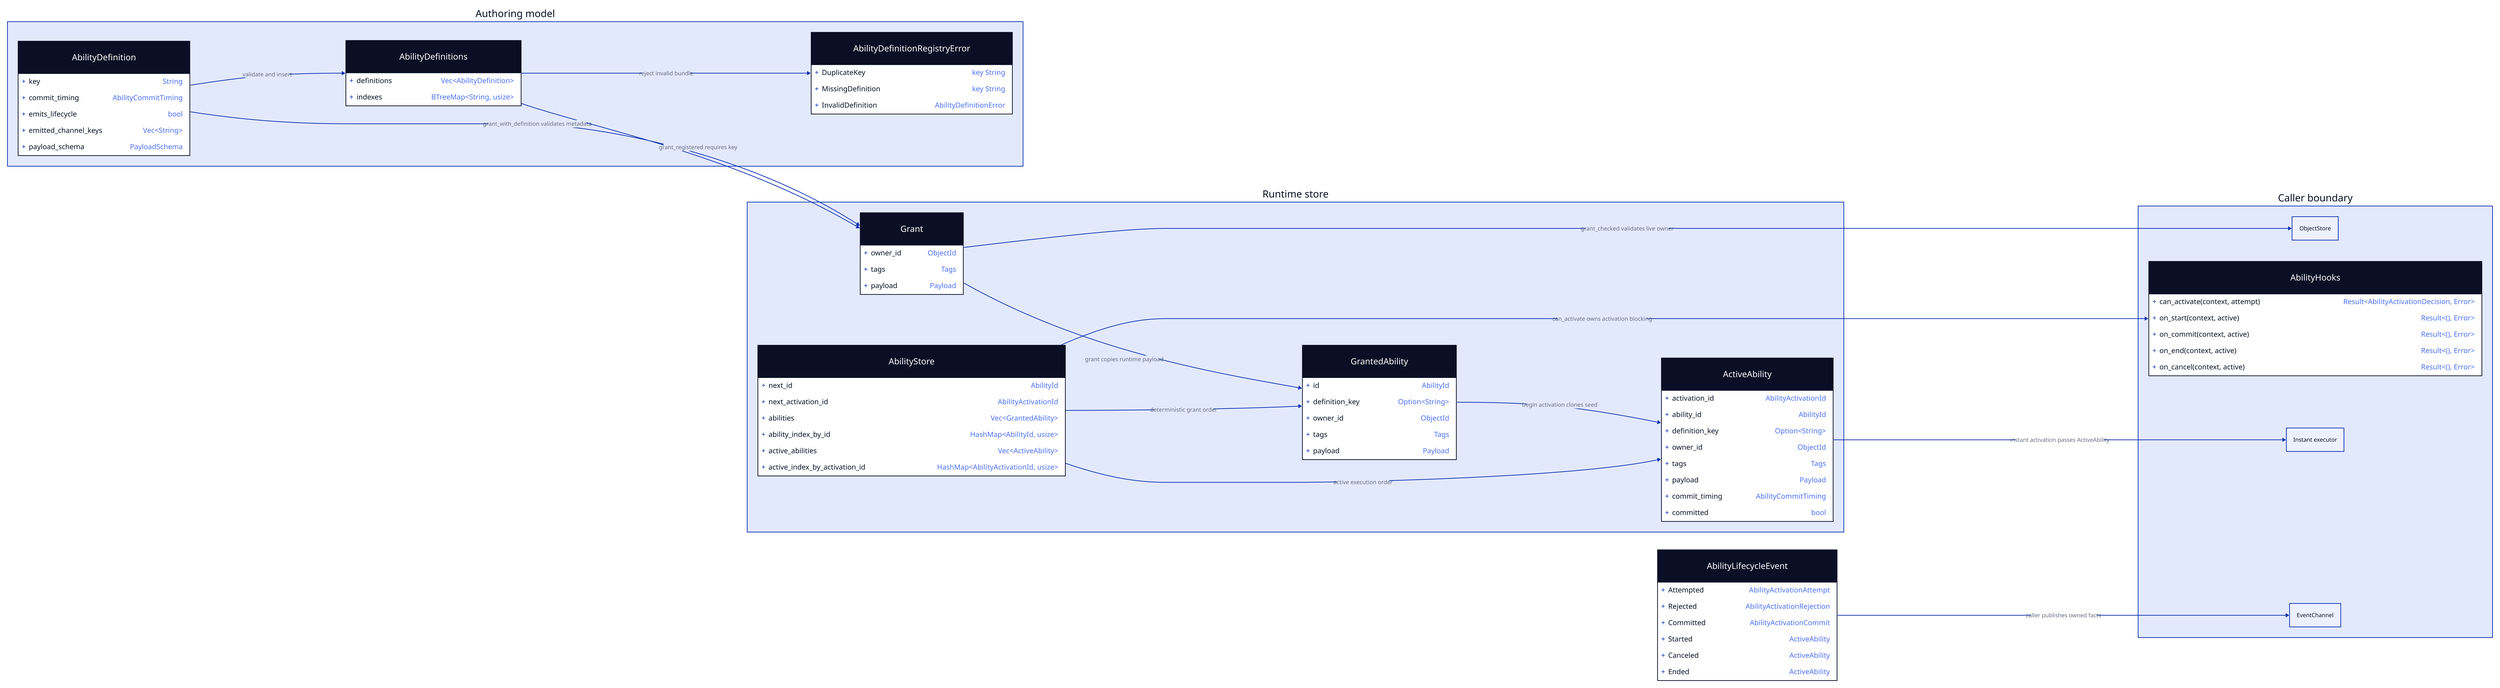
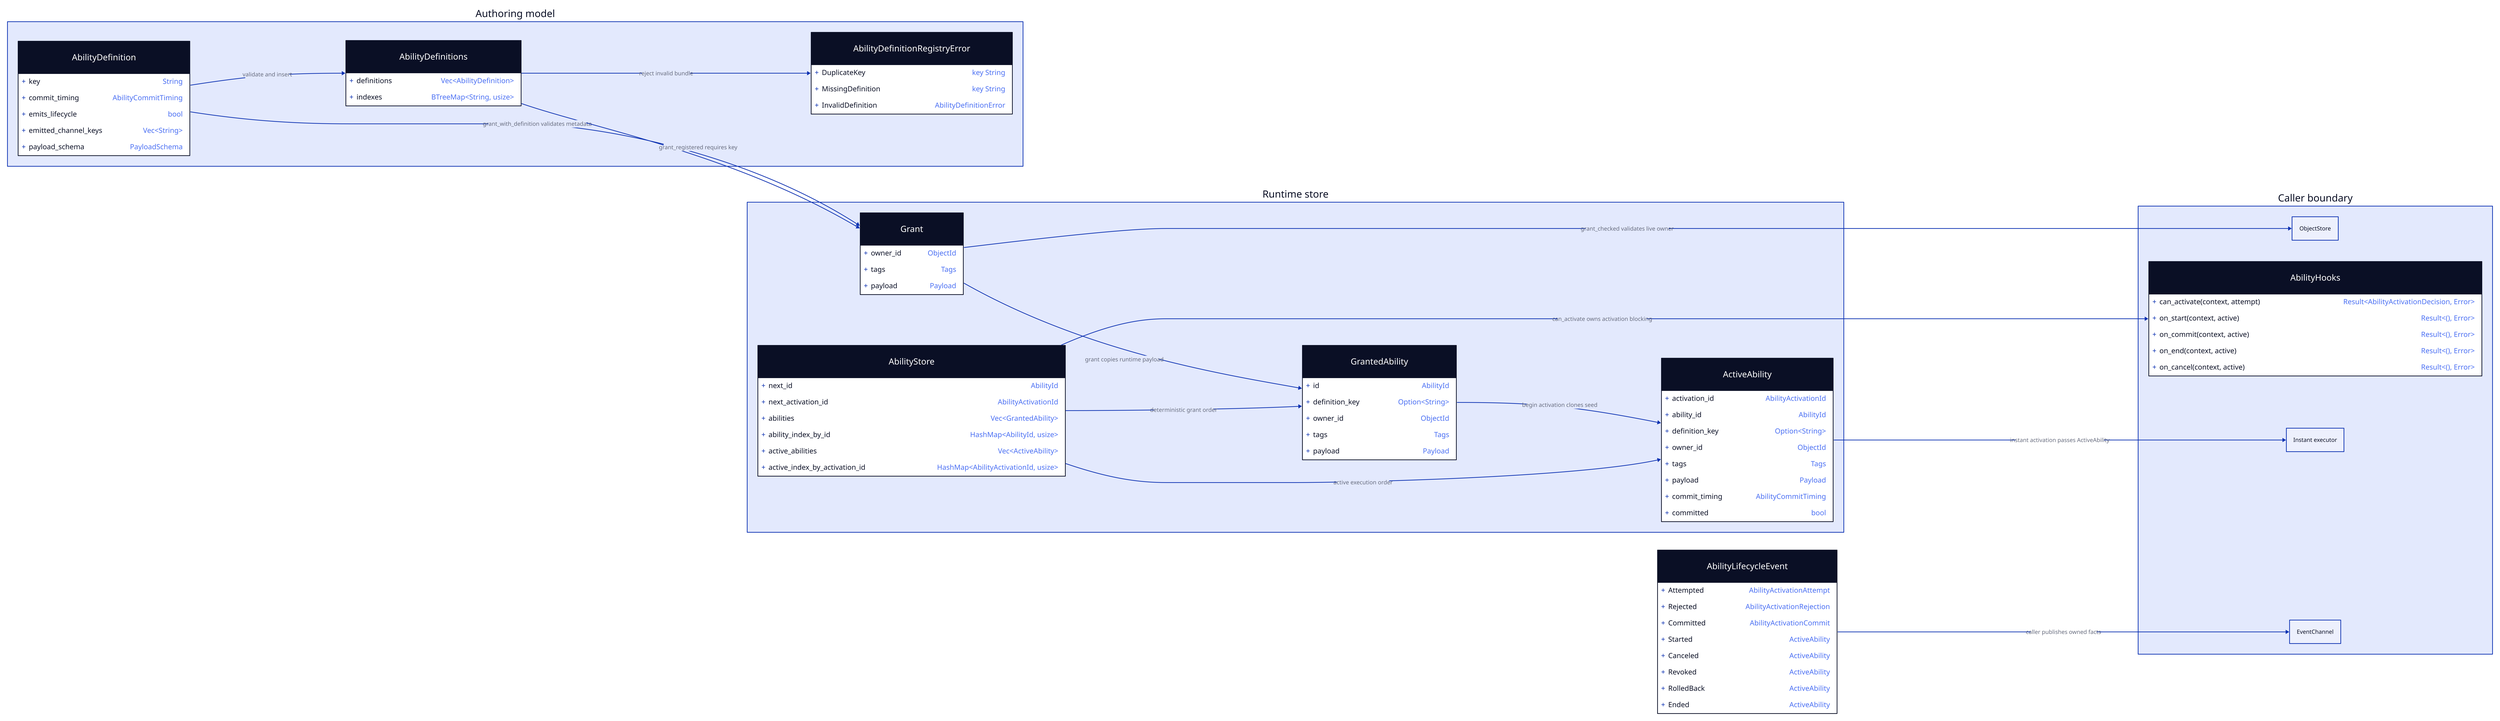
# Ability system static model.

vars: {
  d2-config: {
    layout-engine: elk
    pad: 20
    theme-id: 200
  }
}

direction: right

classes: {
  artifact: {
    shape: class
  }
  collection: {
    shape: cylinder
  }
  boundary
  metadata: {
    shape: class
  }
}

authoring: Authoring model {
  definition: AbilityDefinition {
    key: String
    commit_timing: AbilityCommitTiming
    emits_lifecycle: bool
    emitted_channel_keys: "Vec<String>"
    payload_schema: PayloadSchema
  }
  definition.class: artifact

  definitions: AbilityDefinitions {
    shape: class
    definitions: "Vec<AbilityDefinition>"
    indexes: "BTreeMap<String, usize>"
  }
  definitions.class: artifact

  registry_errors: AbilityDefinitionRegistryError {
    DuplicateKey: "key String"
    MissingDefinition: "key String"
    InvalidDefinition: AbilityDefinitionError
  }
  registry_errors.class: metadata

  definition -> definitions: validate and insert
  definitions -> registry_errors: reject invalid bundle
}

runtime: Runtime store {
  grant_input: Grant {
    owner_id: ObjectId
    tags: Tags
    payload: Payload
  }
  grant_input.class: artifact

  granted: GrantedAbility {
    id: AbilityId
    definition_key: "Option<String>"
    owner_id: ObjectId
    tags: Tags
    payload: Payload
  }
  granted.class: artifact

  active: ActiveAbility {
    activation_id: AbilityActivationId
    ability_id: AbilityId
    definition_key: "Option<String>"
    owner_id: ObjectId
    tags: Tags
    payload: Payload
    commit_timing: AbilityCommitTiming
    committed: bool
  }
  active.class: artifact

  store: AbilityStore {
    shape: class
    next_id: AbilityId
    next_activation_id: AbilityActivationId
    abilities: "Vec<GrantedAbility>"
    ability_index_by_id: "HashMap<AbilityId, usize>"
    active_abilities: "Vec<ActiveAbility>"
    active_index_by_activation_id: "HashMap<AbilityActivationId, usize>"
  }
  store.class: artifact

  grant_input -> granted: grant copies runtime payload
  granted -> active: begin activation clones seed
  store -> granted: deterministic grant order
  store -> active: active execution order
}

caller: Caller boundary {
  objects: ObjectStore
  objects.class: boundary

  hooks: AbilityHooks {
    shape: class
    can_activate(context, attempt): "Result<AbilityActivationDecision, Error>"
    on_start(context, active): "Result<(), Error>"
    on_commit(context, active): "Result<(), Error>"
    on_end(context, active): "Result<(), Error>"
    on_cancel(context, active): "Result<(), Error>"
  }
  hooks.class: artifact

  executor: Instant executor
  executor.class: boundary

  channel: EventChannel
  channel.class: boundary
}

events: AbilityLifecycleEvent {
  shape: class
  Attempted: AbilityActivationAttempt
  Rejected: AbilityActivationRejection
  Committed: AbilityActivationCommit
  Started: ActiveAbility
  Canceled: ActiveAbility
+   Revoked: ActiveAbility
+   RolledBack: ActiveAbility
  Ended: ActiveAbility
}
events.class: artifact

authoring.definition -> runtime.grant_input: grant_with_definition validates metadata
authoring.definitions -> runtime.grant_input: grant_registered requires key
runtime.grant_input -> caller.objects: grant_checked validates live owner
runtime.store -> caller.hooks: can_activate owns activation blocking
runtime.active -> caller.executor: instant activation passes ActiveAbility
events -> caller.channel: caller publishes owned facts
